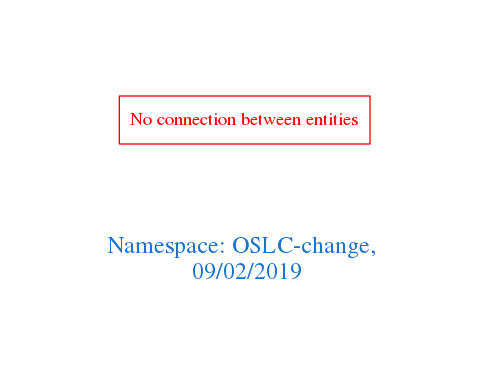
The Graphviz diagram downloads/OSLC-change.png in arago/OGIT, before a commit. Its source is kept beside it as downloads/OSLC-change.dot.
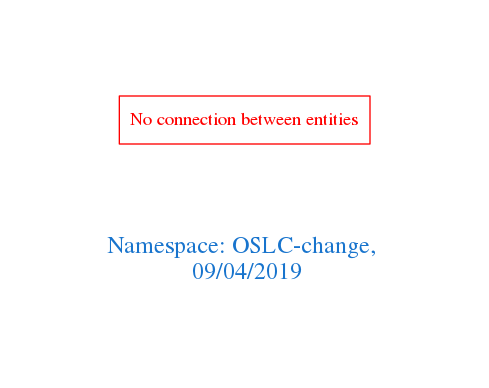
After the commit.

Diff of the diagram source:
```diff
@@ -1,7 +1,7 @@
 digraph OGIT_ontology {
  graph [ rankdir= LR,pad=1
 fontsize = 18,
-fontcolor= dodgerblue3,label = "\n\n\nNamespace: OSLC-change, \n 09/02/2019"];
+fontcolor= dodgerblue3,label = "\n\n\nNamespace: OSLC-change, \n 09/04/2019"];
 node[shape=polygon];
 edge [  color="gray81"];
 
```
